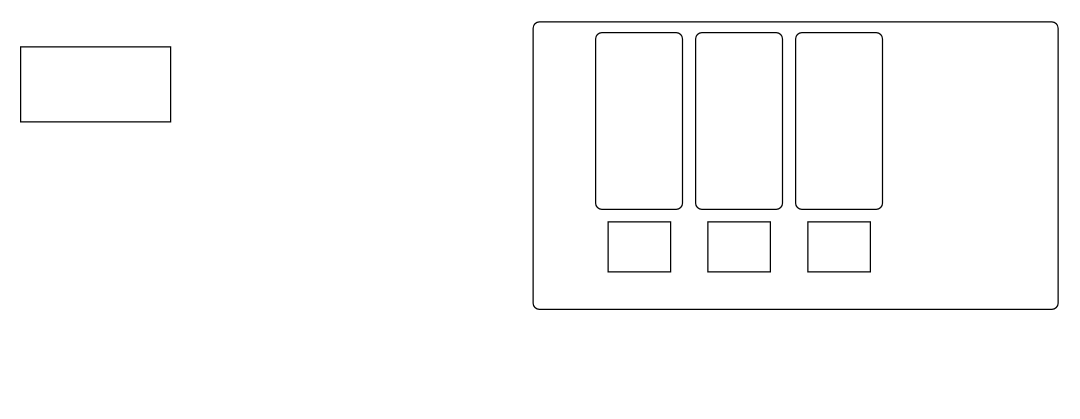
AbrilBartolome/PFO3_Redes keeps this draw.io diagram as Diagrama sin título.drawio. Above is the earlier version. Source tidied: cells renumbered, new cells numbered last; positions are measured from the earlier drawing's top-left corner, leaving out a move shared by most shapes. Both pictures are drawn from the tidied source at 125%, with x=0, y=0 at pixel (20, 21).
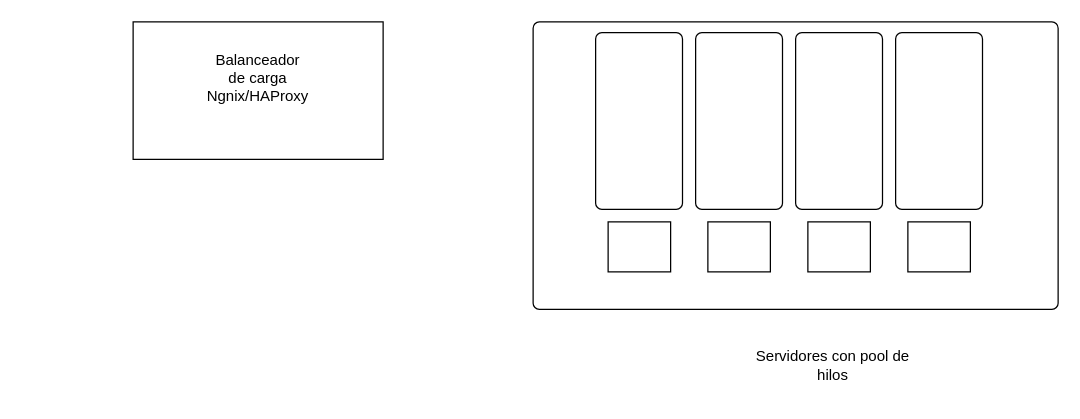
Above is the later version.

Change to the diagram source:
```diff
@@
 <mxGraphModel>
   <root>
     <mxCell id="0" />
     <mxCell id="1" parent="0" />
     <mxCell id="2" style="rounded=0;whiteSpace=wrap;html=1;" parent="1" vertex="1">
-      <mxGeometry y="20" width="120" height="60" as="geometry" />
+      <mxGeometry x="90" width="200" height="110" as="geometry" />
     </mxCell>
     <mxCell id="3" style="rounded=1;absoluteArcSize=1;html=1;arcSize=10;" parent="1" vertex="1">
       <mxGeometry x="410" width="420" height="230" as="geometry" />
     </mxCell>
     <mxCell id="4" style="html=1;shape=mxgraph.er.anchor;whiteSpace=wrap;" parent="3" vertex="1">
       <mxGeometry width="210" height="172" as="geometry" />
     </mxCell>
     <mxCell id="5" style="rounded=1;absoluteArcSize=1;html=1;arcSize=10;whiteSpace=wrap;strokeColor=inherit;fillColor=inherit;" parent="3" vertex="1">
       <mxGeometry x="130" y="8.6" width="69.5" height="141.4" as="geometry" />
     </mxCell>
     <mxCell id="6" style="rounded=1;absoluteArcSize=1;html=1;arcSize=10;whiteSpace=wrap;strokeColor=inherit;fillColor=inherit;" parent="3" vertex="1">
       <mxGeometry x="210" y="8.6" width="69.5" height="141.4" as="geometry" />
     </mxCell>
     <mxCell id="7" style="rounded=1;absoluteArcSize=1;html=1;arcSize=10;whiteSpace=wrap;strokeColor=inherit;fillColor=inherit;" parent="3" vertex="1">
       <mxGeometry x="50" y="8.6" width="69.5" height="141.4" as="geometry" />
     </mxCell>
     <mxCell id="8" style="whiteSpace=wrap;html=1;align=center;" parent="3" vertex="1">
       <mxGeometry x="139.8" y="160" width="50" height="40" as="geometry" />
     </mxCell>
     <mxCell id="9" style="whiteSpace=wrap;html=1;align=center;" parent="3" vertex="1">
       <mxGeometry x="219.8" y="160" width="50" height="40" as="geometry" />
     </mxCell>
+    <mxCell id="11" style="rounded=1;absoluteArcSize=1;html=1;arcSize=10;whiteSpace=wrap;strokeColor=inherit;fillColor=inherit;" parent="3" vertex="1">
+      <mxGeometry x="290" y="8.6" width="69.5" height="141.4" as="geometry" />
+    </mxCell>
+    <mxCell id="12" style="whiteSpace=wrap;html=1;align=center;" parent="3" vertex="1">
+      <mxGeometry x="299.8" y="160" width="50" height="40" as="geometry" />
+    </mxCell>
     <mxCell id="10" style="whiteSpace=wrap;html=1;align=center;" parent="1" vertex="1">
       <mxGeometry x="470" y="160" width="50" height="40" as="geometry" />
     </mxCell>
+    <mxCell id="13" value="Servidores con pool de hilos" style="text;html=1;whiteSpace=wrap;strokeColor=none;fillColor=none;align=center;verticalAlign=middle;rounded=0;" parent="1" vertex="1">
+      <mxGeometry x="580" y="250" width="140" height="50" as="geometry" />
+    </mxCell>
+    <mxCell id="14" value="Balanceador de carga&lt;div&gt;Ngnix/HAProxy&lt;/div&gt;" style="text;html=1;whiteSpace=wrap;strokeColor=none;fillColor=none;align=center;verticalAlign=middle;rounded=0;" parent="1" vertex="1">
+      <mxGeometry x="160" y="30" width="60" height="30" as="geometry" />
+    </mxCell>
   </root>
 </mxGraphModel>
```
